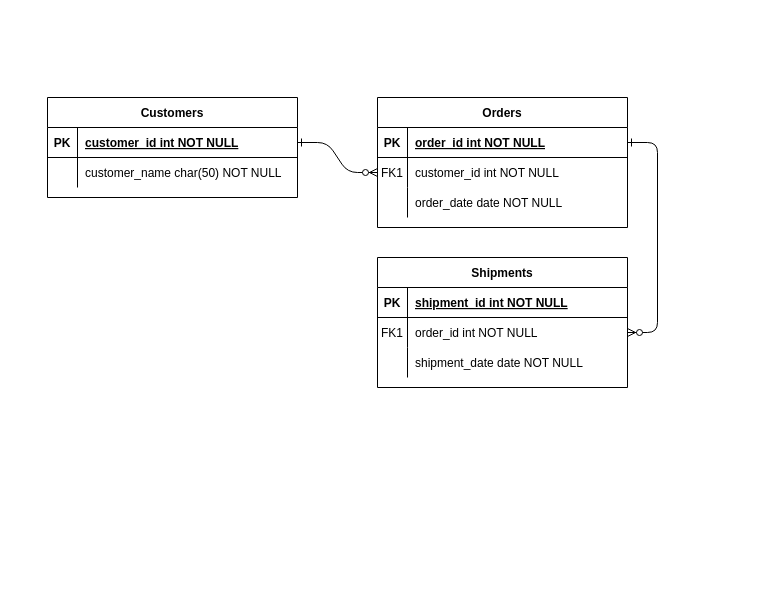
Above: Диаграмма без названия.drawio in shevtania/Project (draw.io), before the change. Source tidied: cells renumbered, new cells numbered last; positions are measured from the earlier drawing's top-left corner, leaving out a move shared by most shapes. Both pictures are drawn from the tidied source at 100%, with x=0, y=0 at pixel (47, 97).
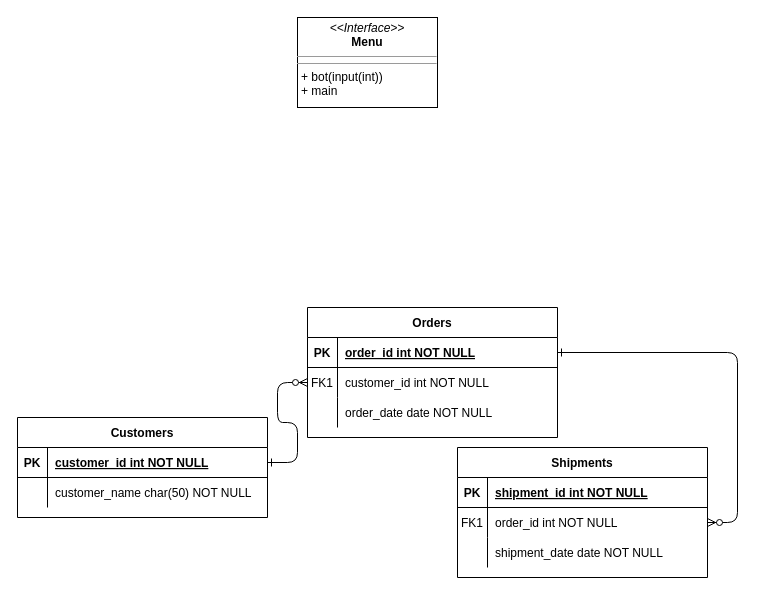
The same page after the edit.

Diff of the diagram source:
```diff
@@
     <mxCell id="4" value="Orders" style="shape=table;startSize=30;childLayout=tableLayout;rowLines=0;fontStyle=1;align=center;" parent="1" vertex="1">
-      <mxGeometry x="330" width="250" height="130" as="geometry" />
+      <mxGeometry x="260" y="210" width="250" height="130" as="geometry" />
     </mxCell>
@@
     <mxCell id="14" value="Shipments" style="shape=table;startSize=30;childLayout=tableLayout;rowLines=0;fontStyle=1;align=center;" parent="1" vertex="1">
-      <mxGeometry x="330" y="160" width="250" height="130" as="geometry" />
+      <mxGeometry x="410" y="350" width="250" height="130" as="geometry" />
     </mxCell>
@@
     <mxCell id="24" value="Customers" style="shape=table;startSize=30;childLayout=tableLayout;rowLines=0;fontStyle=1;align=center;" parent="1" vertex="1">
-      <mxGeometry width="250" height="100" as="geometry" />
+      <mxGeometry x="-30" y="320" width="250" height="100" as="geometry" />
     </mxCell>
@@
+    <mxCell id="31" value="&lt;p style=&quot;margin:0px;margin-top:4px;text-align:center;&quot;&gt;&lt;i&gt;&amp;lt;&amp;lt;Interface&amp;gt;&amp;gt;&lt;/i&gt;&lt;br&gt;&lt;b&gt;Menu&lt;/b&gt;&lt;br&gt;&lt;/p&gt;&lt;hr size=&quot;1&quot;&gt;&lt;hr size=&quot;1&quot;&gt;&lt;p style=&quot;margin:0px;margin-left:4px;&quot;&gt;+ bot(input(int))&lt;br&gt;+ main&lt;br&gt;&lt;/p&gt;" style="verticalAlign=top;align=left;overflow=fill;fontSize=12;fontFamily=Helvetica;html=1;" parent="1" vertex="1">
+      <mxGeometry x="250" y="-80" width="140" height="90" as="geometry" />
+    </mxCell>
```
